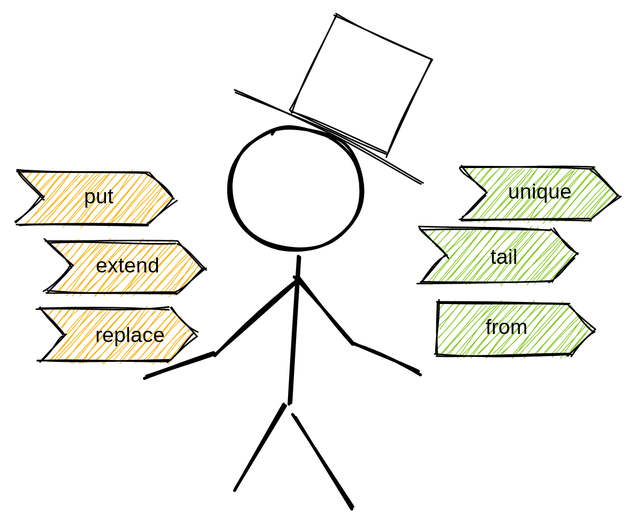
Above: web/static/img/blog/vast-v3.1.excalidraw.svg in tenzir/tenzir (Excalidraw), before the change. Source tidied: one line per element, renumbered; positions are measured from the earlier drawing's top-left corner, leaving out a move shared by most shapes.
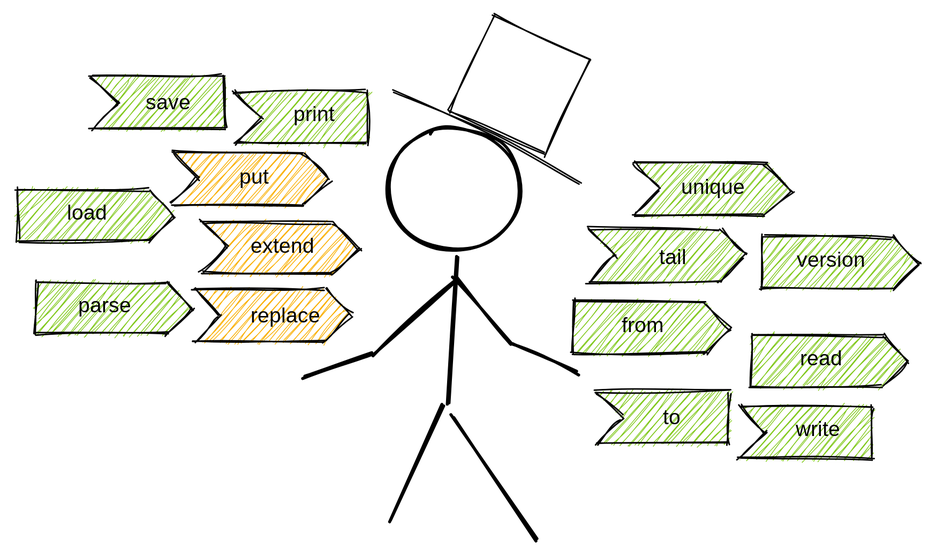
After the change.

Commit message:
Perform another round of tweaks

Diff of the diagram source:
```diff
@@ -1,20 +1,36 @@
+{"id": 20, "type": "line", "strokeColor": "#000000", "backgroundColor": "#82c91e", "fillStyle": "hachure", "strokeWidth": 1, "roughness": 1, "x": 394, "y": 267, "width": 88, "height": 35, "points": [[0, 0], [-18, 18], [71, 18], [71, -18], [-18, -18], [0, 0]]}
-{"id": 0, "type": "line", "strokeColor": "#000000", "backgroundColor": "#fab005", "fillStyle": "hachure", "strokeWidth": 1, "roughness": 1, "x": 19, "y": 139, "width": 105, "height": 35, "points": [[0, 0], [18, 18], [0, 35], [88, 35], [105, 19], [88, 1], [0, 0]]}
+{"id": 0, "type": "line", "strokeColor": "#000000", "backgroundColor": "#fab005", "fillStyle": "hachure", "strokeWidth": 1, "roughness": 1, "x": 17, "y": 126, "width": 105, "height": 35, "points": [[0, 0], [18, 18], [0, 35], [88, 35], [105, 19], [88, 1], [0, 0]]}
-{"id": 1, "type": "text", "text": "extend", "strokeColor": "#000000", "backgroundColor": "#ced4da", "fillStyle": "hachure", "strokeWidth": 1, "roughness": 1, "fontSize": 14.01, "fontFamily": 3, "textAlign": "center", "x": 49, "y": 148, "width": 49, "height": 18}
+{"id": 1, "type": "text", "text": "extend", "strokeColor": "#000000", "backgroundColor": "#ced4da", "fillStyle": "hachure", "strokeWidth": 1, "roughness": 1, "fontSize": 14.01, "fontFamily": 3, "textAlign": "center", "x": 47, "y": 135, "width": 49, "height": 18}
-{"id": 2, "type": "line", "strokeColor": "#000000", "backgroundColor": "#fab005", "fillStyle": "hachure", "strokeWidth": 1, "roughness": 1, "x": 15, "y": 184, "width": 105, "height": 35, "points": [[0, 0], [18, 18], [0, 35], [88, 35], [105, 18], [88, 0], [0, 0]]}
+{"id": 2, "type": "line", "strokeColor": "#000000", "backgroundColor": "#fab005", "fillStyle": "hachure", "strokeWidth": 1, "roughness": 1, "x": 13, "y": 171, "width": 105, "height": 35, "points": [[0, 0], [18, 18], [0, 35], [88, 35], [105, 18], [88, 0], [0, 0]]}
-{"id": 3, "type": "text", "text": "replace", "strokeColor": "#000000", "backgroundColor": "#ced4da", "fillStyle": "hachure", "strokeWidth": 1, "roughness": 1, "fontSize": 14.01, "fontFamily": 3, "textAlign": "center", "x": 47, "y": 194, "width": 57, "height": 18}
+{"id": 3, "type": "text", "text": "replace", "strokeColor": "#000000", "backgroundColor": "#ced4da", "fillStyle": "hachure", "strokeWidth": 1, "roughness": 1, "fontSize": 14.01, "fontFamily": 3, "textAlign": "center", "x": 45, "y": 181, "width": 57, "height": 18}
-{"id": 4, "type": "line", "strokeColor": "#000000", "backgroundColor": "#82c91e", "fillStyle": "hachure", "strokeWidth": 1, "roughness": 1, "x": 296, "y": 90, "width": 105, "height": 35, "points": [[0, 0], [18, 18], [0, 35], [88, 35], [105, 19], [88, 1], [0, 0]]}
+{"id": 4, "type": "line", "strokeColor": "#000000", "backgroundColor": "#82c91e", "fillStyle": "hachure", "strokeWidth": 1, "roughness": 1, "x": 306, "y": 87, "width": 105, "height": 35, "points": [[0, 0], [18, 18], [0, 35], [88, 35], [105, 19], [88, 1], [0, 0]]}
-{"id": 5, "type": "text", "text": "unique", "strokeColor": "#000000", "backgroundColor": "#ced4da", "fillStyle": "hachure", "strokeWidth": 1, "roughness": 1, "fontSize": 14.01, "fontFamily": 3, "textAlign": "center", "x": 324, "y": 98, "width": 49, "height": 18}
+{"id": 5, "type": "text", "text": "unique", "strokeColor": "#000000", "backgroundColor": "#ced4da", "fillStyle": "hachure", "strokeWidth": 1, "roughness": 1, "fontSize": 14.01, "fontFamily": 3, "textAlign": "center", "x": 334, "y": 95, "width": 49, "height": 18}
-{"id": 6, "type": "line", "strokeColor": "#000000", "backgroundColor": "#fab005", "fillStyle": "hachure", "strokeWidth": 1, "roughness": 1, "x": 0, "y": 93, "width": 105, "height": 35, "points": [[0, 0], [18, 18], [0, 35], [88, 35], [105, 19], [88, 1], [0, 0]]}
+{"id": 6, "type": "line", "strokeColor": "#000000", "backgroundColor": "#fab005", "fillStyle": "hachure", "strokeWidth": 1, "roughness": 1, "x": -2, "y": 80, "width": 105, "height": 35, "points": [[0, 0], [18, 18], [0, 35], [88, 35], [105, 19], [88, 1], [0, 0]]}
-{"id": 7, "type": "text", "text": "put", "strokeColor": "#000000", "backgroundColor": "#ced4da", "fillStyle": "hachure", "strokeWidth": 1, "roughness": 1, "fontSize": 14.01, "fontFamily": 3, "textAlign": "center", "x": 42, "y": 101, "width": 25, "height": 18}
+{"id": 7, "type": "text", "text": "put", "strokeColor": "#000000", "backgroundColor": "#ced4da", "fillStyle": "hachure", "strokeWidth": 1, "roughness": 1, "fontSize": 14.01, "fontFamily": 3, "textAlign": "center", "x": 40, "y": 88, "width": 25, "height": 18}
-{"id": 8, "type": "line", "strokeColor": "#000000", "backgroundColor": "#82c91e", "fillStyle": "hachure", "strokeWidth": 1, "roughness": 1, "x": 269, "y": 131, "width": 105, "height": 35, "points": [[0, 0], [18, 18], [0, 35], [88, 35], [105, 18], [88, 0], [0, 0]]}
+{"id": 8, "type": "line", "strokeColor": "#000000", "backgroundColor": "#82c91e", "fillStyle": "hachure", "strokeWidth": 1, "roughness": 1, "x": 276, "y": 131, "width": 105, "height": 35, "points": [[0, 0], [18, 18], [0, 35], [88, 35], [105, 18], [88, 0], [0, 0]]}
-{"id": 9, "type": "text", "text": "tail", "strokeColor": "#000000", "backgroundColor": "#ced4da", "fillStyle": "hachure", "strokeWidth": 1, "roughness": 1, "fontSize": 14.01, "fontFamily": 3, "textAlign": "center", "x": 309, "y": 142, "width": 33, "height": 18}
+{"id": 9, "type": "text", "text": "tail", "strokeColor": "#000000", "backgroundColor": "#ced4da", "fillStyle": "hachure", "strokeWidth": 1, "roughness": 1, "fontSize": 14.01, "fontFamily": 3, "textAlign": "center", "x": 316, "y": 142, "width": 33, "height": 18}
-{"id": 10, "type": "line", "strokeColor": "#000000", "backgroundColor": "#82c91e", "fillStyle": "hachure", "strokeWidth": 1, "roughness": 1, "x": 280, "y": 180, "width": 105, "height": 35, "points": [[0, 0], [0, 35], [88, 35], [105, 19], [88, 1], [0, 0]]}
+{"id": 10, "type": "line", "strokeColor": "#000000", "backgroundColor": "#82c91e", "fillStyle": "hachure", "strokeWidth": 1, "roughness": 1, "x": 266, "y": 179, "width": 105, "height": 35, "points": [[0, 0], [0, 35], [88, 35], [105, 19], [88, 1], [0, 0]]}
-{"id": 11, "type": "text", "text": "from", "strokeColor": "#000000", "backgroundColor": "#ced4da", "fillStyle": "hachure", "strokeWidth": 1, "roughness": 1, "fontSize": 14.01, "fontFamily": 3, "textAlign": "center", "x": 310, "y": 188, "width": 33, "height": 18}
+{"id": 11, "type": "text", "text": "from", "strokeColor": "#000000", "backgroundColor": "#ced4da", "fillStyle": "hachure", "strokeWidth": 1, "roughness": 1, "fontSize": 14.01, "fontFamily": 3, "textAlign": "center", "x": 295, "y": 187, "width": 33, "height": 18}
 {"id": 12, "type": "ellipse", "strokeColor": "#000000", "strokeWidth": 2, "roughness": 1, "x": 141, "y": 63, "width": 89, "height": 82}
 {"id": 13, "type": "line", "strokeColor": "#000000", "backgroundColor": "#ced4da", "fillStyle": "solid", "strokeWidth": 2, "roughness": 1, "round": true, "x": 187, "y": 149, "width": 4, "height": 99, "points": [[0, 0], [-4, 99]]}
-{"id": 14, "type": "line", "strokeColor": "#000000", "backgroundColor": "#ced4da", "fillStyle": "solid", "strokeWidth": 2, "roughness": 1, "round": true, "x": 184, "y": 256, "width": 39, "height": 60, "points": [[0, 0], [39, 60]]}
+{"id": 14, "type": "line", "strokeColor": "#000000", "backgroundColor": "#ced4da", "fillStyle": "solid", "strokeWidth": 2, "roughness": 1, "round": true, "x": 184, "y": 256, "width": 56, "height": 82, "points": [[0, 0], [56, 82]]}
-{"id": 15, "type": "line", "strokeColor": "#000000", "backgroundColor": "#ced4da", "fillStyle": "solid", "strokeWidth": 2, "roughness": 1, "round": true, "x": 179, "y": 249, "width": 33, "height": 56, "points": [[0, 0], [-33, 56]]}
+{"id": 15, "type": "line", "strokeColor": "#000000", "backgroundColor": "#ced4da", "fillStyle": "solid", "strokeWidth": 2, "roughness": 1, "round": true, "x": 179, "y": 249, "width": 36, "height": 77, "points": [[0, 0], [-36, 77]]}
 {"id": 16, "type": "line", "strokeColor": "#000000", "backgroundColor": "#ced4da", "fillStyle": "solid", "strokeWidth": 2, "roughness": 1, "x": 86, "y": 229, "width": 100, "height": 62, "points": [[0, 0], [46, -15], [100, -62]]}
 {"id": 17, "type": "line", "strokeColor": "#000000", "backgroundColor": "#ced4da", "fillStyle": "solid", "strokeWidth": 2, "roughness": 1, "x": 185, "y": 163, "width": 83, "height": 63, "points": [[0, 0], [39, 44], [83, 63]]}
 {"id": 18, "type": "rectangle", "strokeColor": "#000000", "angle": 6.73, "strokeWidth": 1, "roughness": 1, "x": 195, "y": 0, "width": 70, "height": 70}
 {"id": 19, "type": "line", "strokeColor": "#000000", "angle": 6.73, "strokeWidth": 1, "roughness": 1, "round": true, "x": 139, "y": 70, "width": 140, "height": 4, "points": [[0, 0], [74, -4], [140, 0]]}
+{"id": 21, "type": "line", "strokeColor": "#000000", "backgroundColor": "#82c91e", "fillStyle": "hachure", "strokeWidth": 1, "roughness": 1, "x": 391, "y": 135, "width": 105, "height": 35, "points": [[0, 0], [0, 35], [88, 35], [105, 19], [88, 1], [0, 0]]}
+{"id": 22, "type": "text", "text": "version", "strokeColor": "#000000", "backgroundColor": "#ced4da", "fillStyle": "hachure", "strokeWidth": 1, "roughness": 1, "fontSize": 14.01, "fontFamily": 3, "textAlign": "center", "x": 409, "y": 144, "width": 57, "height": 18}
+{"id": 23, "type": "line", "strokeColor": "#000000", "backgroundColor": "#82c91e", "fillStyle": "hachure", "strokeWidth": 1, "roughness": 1, "x": 385, "y": 201, "width": 105, "height": 35, "points": [[0, 0], [0, 35], [88, 35], [105, 19], [88, 1], [0, 0]]}
+{"id": 24, "type": "text", "text": "read", "strokeColor": "#000000", "backgroundColor": "#ced4da", "fillStyle": "hachure", "strokeWidth": 1, "roughness": 1, "fontSize": 14.01, "fontFamily": 3, "textAlign": "center", "x": 415, "y": 209, "width": 33, "height": 18}
+{"id": 25, "type": "text", "text": "write", "strokeColor": "#000000", "backgroundColor": "#ced4da", "fillStyle": "hachure", "strokeWidth": 1, "roughness": 1, "fontSize": 14.01, "fontFamily": 3, "textAlign": "center", "x": 408, "y": 257, "width": 41, "height": 18}
+{"id": 26, "type": "line", "strokeColor": "#000000", "backgroundColor": "#82c91e", "fillStyle": "hachure", "strokeWidth": 1, "roughness": 1, "x": 298, "y": 257, "width": 88, "height": 35, "points": [[0, 0], [-18, 18], [71, 18], [71, -18], [-18, -18], [0, 0]]}
+{"id": 27, "type": "text", "text": "to", "strokeColor": "#000000", "backgroundColor": "#ced4da", "fillStyle": "hachure", "strokeWidth": 1, "roughness": 1, "fontSize": 14.01, "fontFamily": 3, "textAlign": "center", "x": 323, "y": 249, "width": 16, "height": 18}
+{"id": 28, "type": "line", "strokeColor": "#000000", "backgroundColor": "#82c91e", "fillStyle": "hachure", "strokeWidth": 1, "roughness": 1, "x": -105, "y": 104, "width": 105, "height": 35, "points": [[0, 0], [0, 35], [88, 35], [105, 19], [88, 1], [0, 0]]}
+{"id": 29, "type": "text", "text": "load", "strokeColor": "#000000", "backgroundColor": "#ced4da", "fillStyle": "hachure", "strokeWidth": 1, "roughness": 1, "fontSize": 14.01, "fontFamily": 3, "textAlign": "center", "x": -75, "y": 112, "width": 33, "height": 18}
+{"id": 30, "type": "line", "strokeColor": "#000000", "backgroundColor": "#82c91e", "fillStyle": "hachure", "strokeWidth": 1, "roughness": 1, "x": -93, "y": 166, "width": 105, "height": 35, "points": [[0, 0], [0, 35], [88, 35], [105, 19], [88, 1], [0, 0]]}
+{"id": 31, "type": "text", "text": "parse", "strokeColor": "#000000", "backgroundColor": "#ced4da", "fillStyle": "hachure", "strokeWidth": 1, "roughness": 1, "fontSize": 14.01, "fontFamily": 3, "textAlign": "center", "x": -67, "y": 174, "width": 41, "height": 18}
+{"id": 32, "type": "line", "strokeColor": "#000000", "backgroundColor": "#82c91e", "fillStyle": "hachure", "strokeWidth": 1, "roughness": 1, "x": 58, "y": 57, "width": 88, "height": 35, "points": [[0, 0], [-18, 18], [71, 18], [71, -18], [-18, -18], [0, 0]]}
+{"id": 33, "type": "text", "text": "print", "strokeColor": "#000000", "backgroundColor": "#ced4da", "fillStyle": "hachure", "strokeWidth": 1, "roughness": 1, "fontSize": 14.01, "fontFamily": 3, "textAlign": "center", "x": 72, "y": 47, "width": 41, "height": 18}
+{"id": 34, "type": "line", "strokeColor": "#000000", "backgroundColor": "#82c91e", "fillStyle": "hachure", "strokeWidth": 1, "roughness": 1, "x": -38, "y": 47, "width": 88, "height": 35, "points": [[0, 0], [-18, 18], [71, 18], [71, -18], [-18, -18], [0, 0]]}
+{"id": 35, "type": "text", "text": "save", "strokeColor": "#000000", "backgroundColor": "#ced4da", "fillStyle": "hachure", "strokeWidth": 1, "roughness": 1, "fontSize": 14.01, "fontFamily": 3, "textAlign": "center", "x": -21, "y": 39, "width": 33, "height": 18}
```
